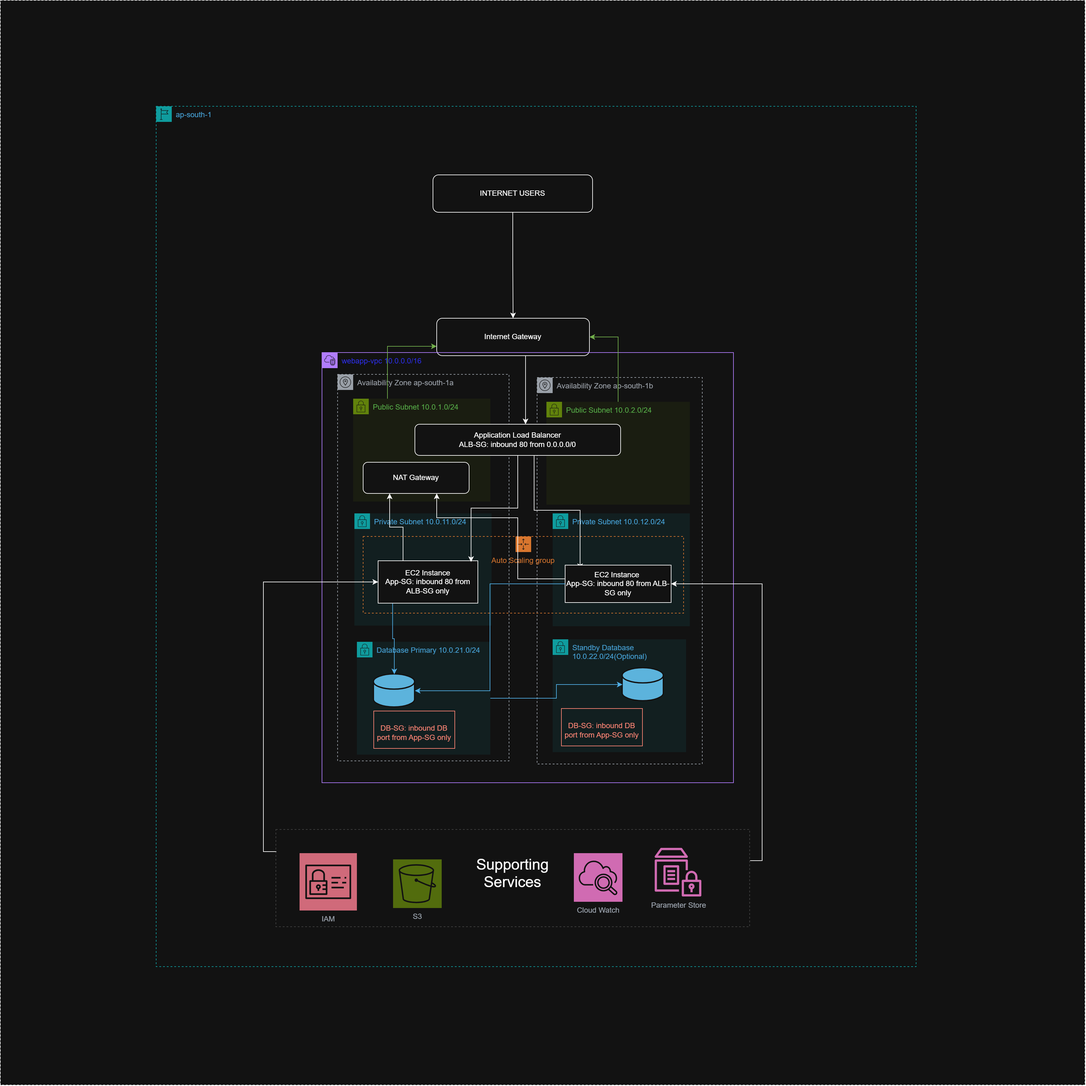
Before: docs/architecture.png, a diagram exported from draw.io (probuddharoy/aws-3tier-webapp). Source tidied: cells renumbered, new cells last; positions are measured from the earlier drawing's top-left corner, leaving out a move shared by most shapes.
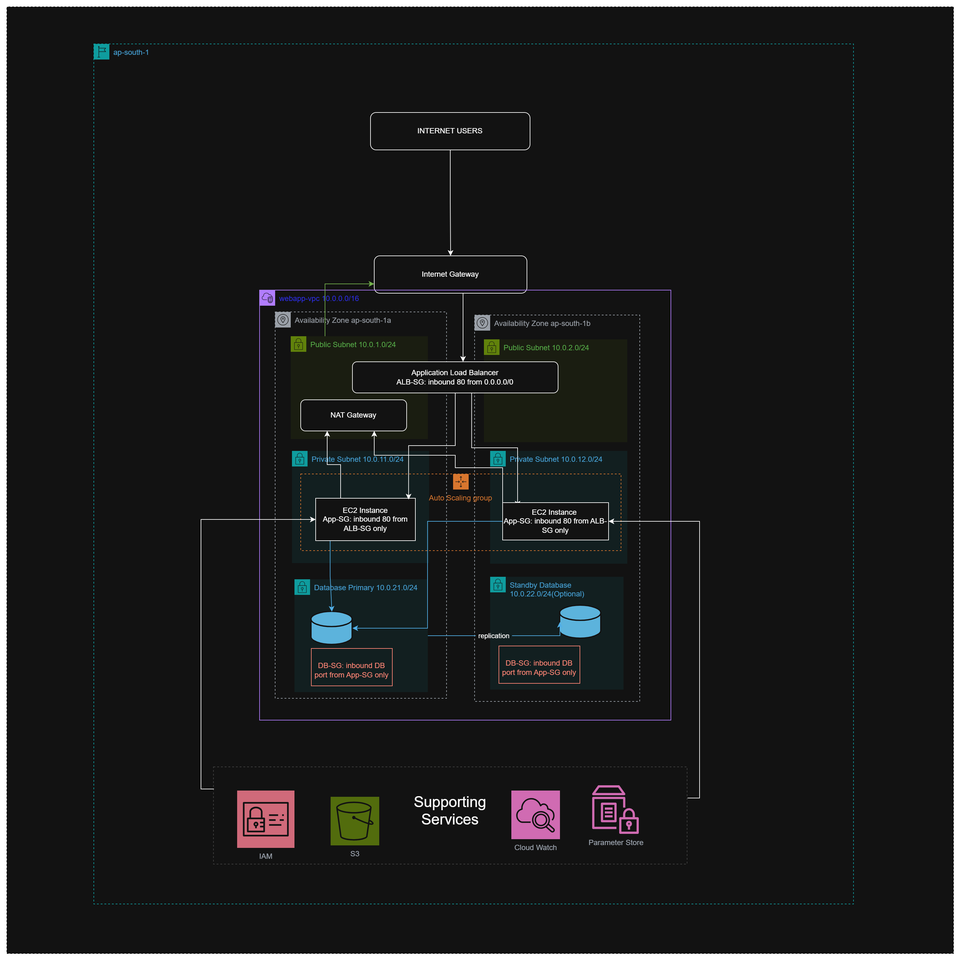
Later version of the same file.

Change to the diagram source:
```diff
@@ -5,9 +5,9 @@
     <mxCell id="2" value="Public subnet" style="gradientColor=none;html=1;whiteSpace=wrap;fontSize=12;fontStyle=0;shape=mxgraph.aws4.group;grIcon=mxgraph.aws4.group_security_group;grStroke=0;strokeColor=#7AA116;fillColor=#F2F6E8;verticalAlign=top;align=left;spacingLeft=30;fontColor=#248814;dashed=0;" parent="1" vertex="1">
       <mxGeometry x="686" y="404" width="130" height="171" as="geometry" />
     </mxCell>
-    <mxCell id="3" style="whiteSpace=wrap;html=1;fillColor=default;dashed=1;" parent="1" vertex="1">
-      <mxGeometry width="1740" height="1740" as="geometry" />
-    </mxCell>
+    <mxCell id="43" style="whiteSpace=wrap;html=1;fillColor=default;dashed=1;" parent="1" vertex="1">
+      <mxGeometry x="110" y="110" width="1520" height="1520" as="geometry" />
+    </mxCell>
     <mxCell id="4" value="ap-south-1" style="gradientColor=none;html=1;whiteSpace=wrap;fontSize=12;fontStyle=0;shape=mxgraph.aws4.group;grIcon=mxgraph.aws4.group_region;strokeColor=#00A4A6;fillColor=none;verticalAlign=top;align=left;spacingLeft=30;fontColor=#147EBA;dashed=1;" parent="1" vertex="1">
       <mxGeometry x="250" y="170" width="1219" height="1380" as="geometry" />
     </mxCell>
@@ -77,17 +77,17 @@
     <mxCell id="26" style="edgeStyle=orthogonalEdgeStyle;rounded=0;jettySize=auto;html=1;entryX=0.141;entryY=0.107;entryDx=0;entryDy=0;entryPerimeter=0;defaultLabelBackgroundColor=page;labelPadding=0 4;exitX=0.583;exitY=1.021;exitDx=0;exitDy=0;" parent="13" edge="1" source="21" target="28">
       <mxGeometry x="-0.1" relative="1" as="geometry" />
     </mxCell>
-    <mxCell id="27" style="edgeStyle=orthogonalEdgeStyle;rounded=0;jettySize=auto;html=1;entryX=0.75;entryY=1;entryDx=0;entryDy=0;defaultLabelBackgroundColor=page;labelPadding=0 4;exitX=0;exitY=0.25;exitDx=0;exitDy=0;" parent="13" edge="1" source="28">
-      <mxGeometry x="0.05" relative="1" as="geometry">
-        <mxPoint x="184" y="226" as="targetPoint" />
-        <Array as="points">
-          <mxPoint x="390" y="363" />
-          <mxPoint x="314" y="363" />
-          <mxPoint x="314" y="265" />
-          <mxPoint x="184" y="265" />
-        </Array>
-      </mxGeometry>
-    </mxCell>
+    <mxCell id="44" style="edgeStyle=orthogonalEdgeStyle;rounded=0;jettySize=auto;html=1;entryX=0.75;entryY=1;entryDx=0;entryDy=0;defaultLabelBackgroundColor=page;labelPadding=0 4;exitX=0;exitY=0.25;exitDx=0;exitDy=0;" parent="13" edge="1" source="28">
+      <mxGeometry x="0.01" relative="1" as="geometry">
+        <mxPoint x="184" y="226" as="targetPoint" />
+        <Array as="points">
+          <mxPoint x="390" y="285" />
+          <mxPoint x="314" y="285" />
+          <mxPoint x="314" y="265" />
+          <mxPoint x="184" y="265" />
+        </Array>
+      </mxGeometry>
+    </mxCell>
     <mxCell id="28" value="EC2 Instance&amp;nbsp;&lt;br&gt;App-SG: inbound 80 from ALB-SG only" style="rounded=0;whiteSpace=wrap;html=1;" parent="13" vertex="1">
       <mxGeometry x="390" y="341" width="170" height="60" as="geometry" />
     </mxCell>
@@ -118,12 +118,13 @@
     <mxCell id="37" style="edgeStyle=orthogonalEdgeStyle;rounded=0;jettySize=auto;html=1;exitX=0.25;exitY=0;exitDx=0;exitDy=0;entryX=0;entryY=0.75;entryDx=0;entryDy=0;defaultLabelBackgroundColor=page;labelPadding=0 4;fillColor=#60a917;strokeColor=#2D7600;" parent="1" edge="1" source="17" target="5">
       <mxGeometry relative="1" as="geometry" />
     </mxCell>
-    <mxCell id="38" style="edgeStyle=orthogonalEdgeStyle;rounded=0;jettySize=auto;html=1;exitX=1;exitY=0.5;exitDx=0;exitDy=0;defaultLabelBackgroundColor=page;labelPadding=0 4;fillColor=#1ba1e2;strokeColor=#006EAF;" parent="1" edge="1" source="29" target="32">
-      <mxGeometry relative="1" as="geometry" />
+    <mxCell id="38" value="replication" style="edgeStyle=orthogonalEdgeStyle;rounded=0;jettySize=auto;html=1;exitX=1;exitY=0.5;exitDx=0;exitDy=0;defaultLabelBackgroundColor=page;labelPadding=0 4;fillColor=#1ba1e2;strokeColor=#006EAF;entryX=0;entryY=0.5;entryDx=0;entryDy=0;entryPerimeter=0;" parent="1" edge="1" source="29" target="32">
+      <mxGeometry x="-0.09" relative="1" as="geometry">
+        <Array as="points">
+          <mxPoint x="998" y="1119.5" />
+        </Array>
+      </mxGeometry>
     </mxCell>
-    <mxCell id="39" style="edgeStyle=orthogonalEdgeStyle;rounded=0;jettySize=auto;html=1;exitX=0.5;exitY=0;exitDx=0;exitDy=0;entryX=1;entryY=0.5;entryDx=0;entryDy=0;defaultLabelBackgroundColor=page;labelPadding=0 4;fillColor=#60a917;strokeColor=#2D7600;" parent="1" edge="1" source="18" target="5">
-      <mxGeometry relative="1" as="geometry" />
-    </mxCell>
     <mxCell id="40" style="edgeStyle=orthogonalEdgeStyle;rounded=0;jettySize=auto;html=1;exitX=0.5;exitY=1;exitDx=0;exitDy=0;defaultLabelBackgroundColor=page;labelPadding=0 4;" parent="1" edge="1" source="5" target="21">
       <mxGeometry relative="1" as="geometry">
         <Array as="points">
```
